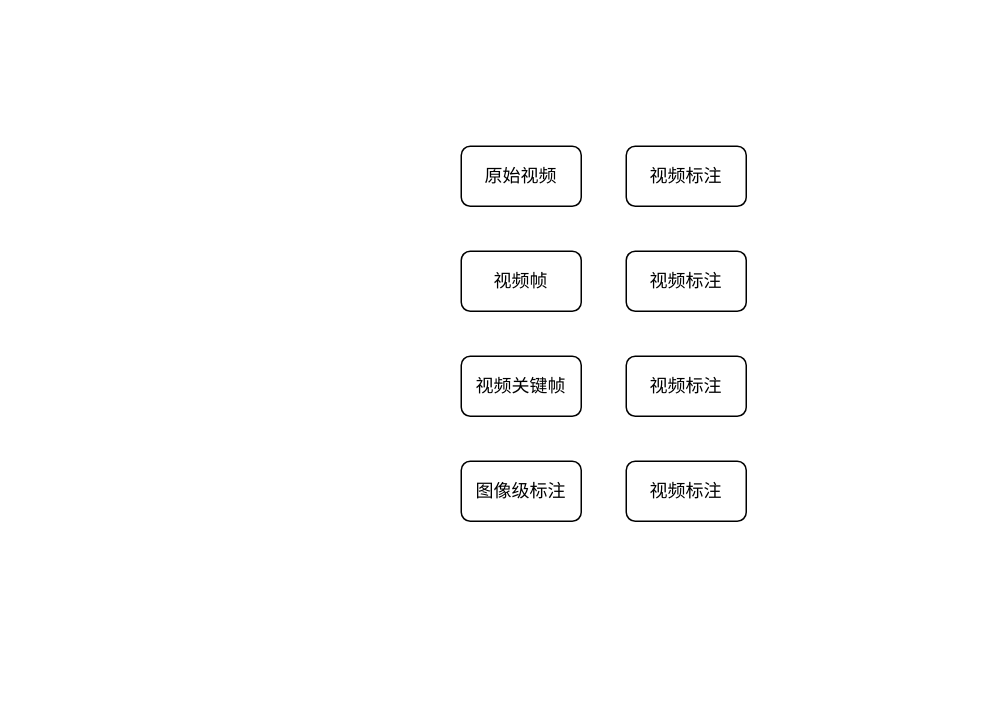
This is assets/workflow.drawio from Tipriest/30Days-for-segmentation, a draw.io file, before an edit. Source tidied: cells renumbered, new cells numbered last; positions are measured from the earlier drawing's top-left corner, leaving out a move shared by most shapes. Both pictures are drawn from the tidied source at 150%, with x=0, y=0 at pixel (460, 146).
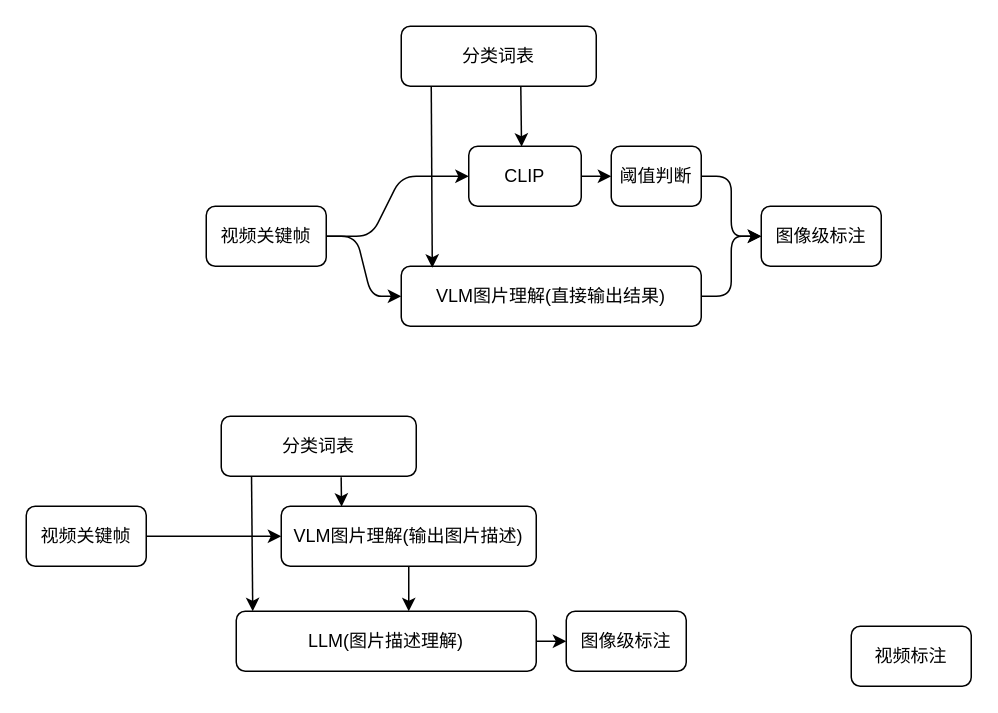
The same diagram, later.

Change to the diagram source:
```diff
@@
+    <mxCell id="10" style="edgeStyle=none;html=1;entryX=0;entryY=0.5;entryDx=0;entryDy=0;" parent="1" edge="1" source="2" target="9">
+      <mxGeometry relative="1" as="geometry" />
+    </mxCell>
-    <mxCell id="2" value="原始视频" style="rounded=1;whiteSpace=wrap;html=1;" parent="1" vertex="1">
-      <mxGeometry width="80" height="40" as="geometry" />
+    <mxCell id="2" value="CLIP" style="rounded=1;whiteSpace=wrap;html=1;" parent="1" vertex="1">
+      <mxGeometry x="5" width="75" height="40" as="geometry" />
     </mxCell>
+    <mxCell id="11" style="edgeStyle=none;html=1;entryX=0;entryY=0.5;entryDx=0;entryDy=0;exitX=1;exitY=0.5;exitDx=0;exitDy=0;" parent="1" edge="1" source="3" target="5">
+      <mxGeometry relative="1" as="geometry">
+        <Array as="points">
+          <mxPoint x="180" y="100" />
+          <mxPoint x="180" y="60" />
+        </Array>
+      </mxGeometry>
+    </mxCell>
-    <mxCell id="3" value="视频帧" style="rounded=1;whiteSpace=wrap;html=1;" parent="1" vertex="1">
-      <mxGeometry y="70" width="80" height="40" as="geometry" />
+    <mxCell id="3" value="VLM图片理解(直接输出结果)" style="rounded=1;whiteSpace=wrap;html=1;" parent="1" vertex="1">
+      <mxGeometry x="-40" y="80" width="200" height="40" as="geometry" />
     </mxCell>
+    <mxCell id="12" style="edgeStyle=none;html=1;entryX=0;entryY=0.5;entryDx=0;entryDy=0;" parent="1" edge="1" source="4" target="2">
+      <mxGeometry relative="1" as="geometry">
+        <Array as="points">
+          <mxPoint x="-60" y="60" />
+          <mxPoint x="-40" y="20" />
+        </Array>
+      </mxGeometry>
+    </mxCell>
+    <mxCell id="13" style="edgeStyle=none;html=1;exitX=1;exitY=0.5;exitDx=0;exitDy=0;entryX=0;entryY=0.5;entryDx=0;entryDy=0;" parent="1" edge="1" source="4" target="3">
+      <mxGeometry relative="1" as="geometry">
+        <Array as="points">
+          <mxPoint x="-70" y="60" />
+          <mxPoint x="-60" y="100" />
+        </Array>
+      </mxGeometry>
+    </mxCell>
     <mxCell id="4" value="视频关键帧" style="rounded=1;whiteSpace=wrap;html=1;" parent="1" vertex="1">
-      <mxGeometry y="140" width="80" height="40" as="geometry" />
+      <mxGeometry x="-170" y="40" width="80" height="40" as="geometry" />
     </mxCell>
     <mxCell id="5" value="图像级&lt;span style=&quot;background-color: transparent;&quot;&gt;标注&lt;/span&gt;" style="rounded=1;whiteSpace=wrap;html=1;" parent="1" vertex="1">
-      <mxGeometry y="210" width="80" height="40" as="geometry" />
+      <mxGeometry x="200" y="40" width="80" height="40" as="geometry" />
     </mxCell>
     <mxCell id="6" value="视频标注" style="rounded=1;whiteSpace=wrap;html=1;" parent="1" vertex="1">
-      <mxGeometry x="110" y="210" width="80" height="40" as="geometry" />
+      <mxGeometry x="260" y="320" width="80" height="40" as="geometry" />
     </mxCell>
+    <mxCell id="14" style="edgeStyle=none;html=1;exitX=0.25;exitY=1;exitDx=0;exitDy=0;entryX=0.166;entryY=0.025;entryDx=0;entryDy=0;entryPerimeter=0;" parent="1" edge="1">
+      <mxGeometry relative="1" as="geometry">
+        <mxPoint x="-20" y="-40" as="sourcePoint" />
+        <mxPoint x="-19.3" y="81" as="targetPoint" />
+      </mxGeometry>
+    </mxCell>
-    <mxCell id="7" value="视频标注" style="rounded=1;whiteSpace=wrap;html=1;" parent="1" vertex="1">
-      <mxGeometry x="110" y="140" width="80" height="40" as="geometry" />
+    <mxCell id="7" value="分类词表" style="rounded=1;whiteSpace=wrap;html=1;" parent="1" vertex="1">
+      <mxGeometry x="-40" y="-80" width="130" height="40" as="geometry" />
     </mxCell>
-    <mxCell id="8" value="视频标注" style="rounded=1;whiteSpace=wrap;html=1;" parent="1" vertex="1">
-      <mxGeometry x="110" y="70" width="80" height="40" as="geometry" />
-    </mxCell>
+    <mxCell id="15" style="edgeStyle=none;html=1;exitX=1;exitY=0.5;exitDx=0;exitDy=0;entryX=0;entryY=0.5;entryDx=0;entryDy=0;" parent="1" edge="1" source="9" target="5">
+      <mxGeometry relative="1" as="geometry">
+        <Array as="points">
+          <mxPoint x="180" y="20" />
+          <mxPoint x="180" y="60" />
+        </Array>
+      </mxGeometry>
+    </mxCell>
-    <mxCell id="9" value="视频标注" style="rounded=1;whiteSpace=wrap;html=1;" parent="1" vertex="1">
-      <mxGeometry x="110" width="80" height="40" as="geometry" />
+    <mxCell id="9" value="阈值判断" style="rounded=1;whiteSpace=wrap;html=1;" parent="1" vertex="1">
+      <mxGeometry x="100" width="60" height="40" as="geometry" />
     </mxCell>
+    <mxCell id="16" style="edgeStyle=none;html=1;entryX=0.322;entryY=0.007;entryDx=0;entryDy=0;entryPerimeter=0;" parent="1" edge="1">
+      <mxGeometry relative="1" as="geometry">
+        <mxPoint x="39.7" y="-40" as="sourcePoint" />
+        <mxPoint x="40.2" y="0.3" as="targetPoint" />
+      </mxGeometry>
+    </mxCell>
+    <mxCell id="17" style="edgeStyle=none;html=1;exitX=0.5;exitY=1;exitDx=0;exitDy=0;" parent="1" edge="1" source="18">
+      <mxGeometry relative="1" as="geometry">
+        <mxPoint x="-35" y="310" as="targetPoint" />
+      </mxGeometry>
+    </mxCell>
+    <mxCell id="18" value="&lt;span style=&quot;color: rgb(0, 0, 0);&quot;&gt;VLM图片理解(输出图片描述)&lt;/span&gt;" style="rounded=1;whiteSpace=wrap;html=1;" parent="1" vertex="1">
+      <mxGeometry x="-120" y="240" width="170" height="40" as="geometry" />
+    </mxCell>
+    <mxCell id="19" style="edgeStyle=none;html=1;entryX=0;entryY=0.5;entryDx=0;entryDy=0;exitX=1;exitY=0.5;exitDx=0;exitDy=0;" parent="1" edge="1" source="20" target="23">
+      <mxGeometry relative="1" as="geometry">
+        <Array as="points">
+          <mxPoint x="60" y="330" />
+        </Array>
+      </mxGeometry>
+    </mxCell>
+    <mxCell id="20" value="LLM(图片描述理解)" style="rounded=1;whiteSpace=wrap;html=1;" parent="1" vertex="1">
+      <mxGeometry x="-150" y="310" width="200" height="40" as="geometry" />
+    </mxCell>
+    <mxCell id="21" style="edgeStyle=none;html=1;entryX=0;entryY=0.5;entryDx=0;entryDy=0;exitX=1;exitY=0.5;exitDx=0;exitDy=0;" parent="1" edge="1" source="22" target="18">
+      <mxGeometry relative="1" as="geometry">
+        <Array as="points">
+          <mxPoint x="-160" y="260" />
+        </Array>
+      </mxGeometry>
+    </mxCell>
+    <mxCell id="22" value="视频关键帧" style="rounded=1;whiteSpace=wrap;html=1;" parent="1" vertex="1">
+      <mxGeometry x="-290" y="240" width="80" height="40" as="geometry" />
+    </mxCell>
+    <mxCell id="23" value="图像级&lt;span style=&quot;background-color: transparent;&quot;&gt;标注&lt;/span&gt;" style="rounded=1;whiteSpace=wrap;html=1;" parent="1" vertex="1">
+      <mxGeometry x="70" y="310" width="80" height="40" as="geometry" />
+    </mxCell>
+    <mxCell id="24" style="edgeStyle=none;html=1;exitX=0.25;exitY=1;exitDx=0;exitDy=0;" parent="1" edge="1">
+      <mxGeometry relative="1" as="geometry">
+        <mxPoint x="-140" y="200" as="sourcePoint" />
+        <mxPoint x="-139" y="310" as="targetPoint" />
+      </mxGeometry>
+    </mxCell>
+    <mxCell id="25" value="分类词表" style="rounded=1;whiteSpace=wrap;html=1;" parent="1" vertex="1">
+      <mxGeometry x="-160" y="180" width="130" height="40" as="geometry" />
+    </mxCell>
+    <mxCell id="26" style="edgeStyle=none;html=1;entryX=0.322;entryY=0.007;entryDx=0;entryDy=0;entryPerimeter=0;exitX=0.615;exitY=1.018;exitDx=0;exitDy=0;exitPerimeter=0;" parent="1" edge="1" source="25">
+      <mxGeometry relative="1" as="geometry">
+        <mxPoint x="-79.8" y="240.3" as="targetPoint" />
+      </mxGeometry>
+    </mxCell>
```
